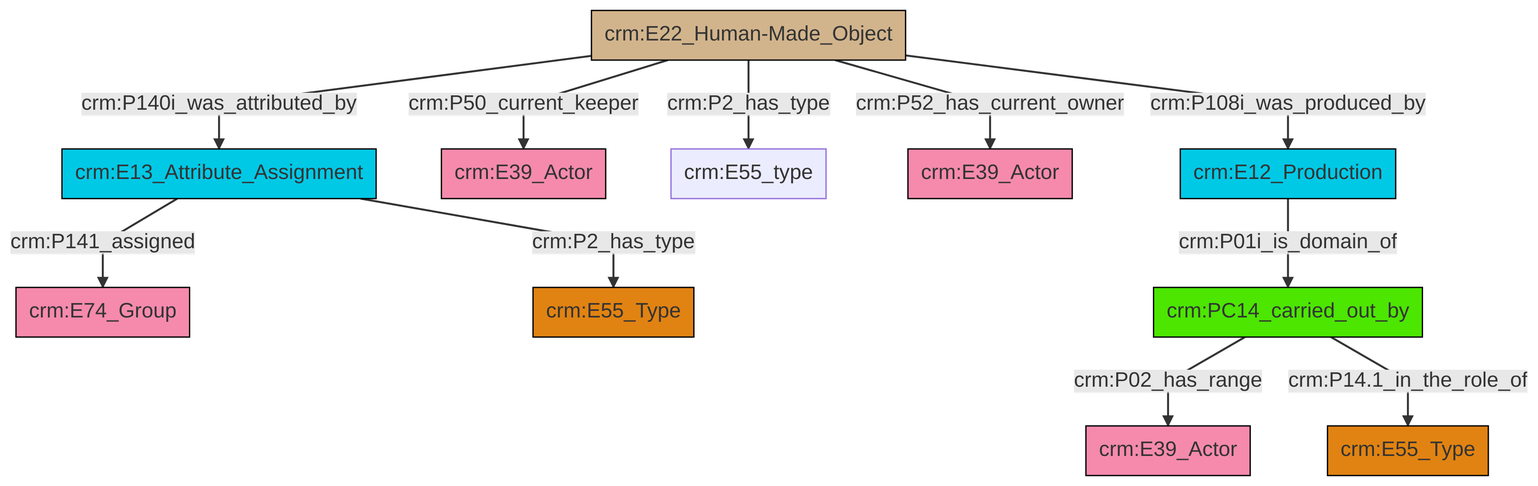
Above: et/artworkCSV/ttl/mmd/png/Artwork_Actor_Relations.png in swiss-art-research-net/docs.swissartresearch (Mermaid), before the change. Its source is kept beside it as et/artworkCSV/ttl/mmd/Artwork_Actor_Relations.ttl.mmd.
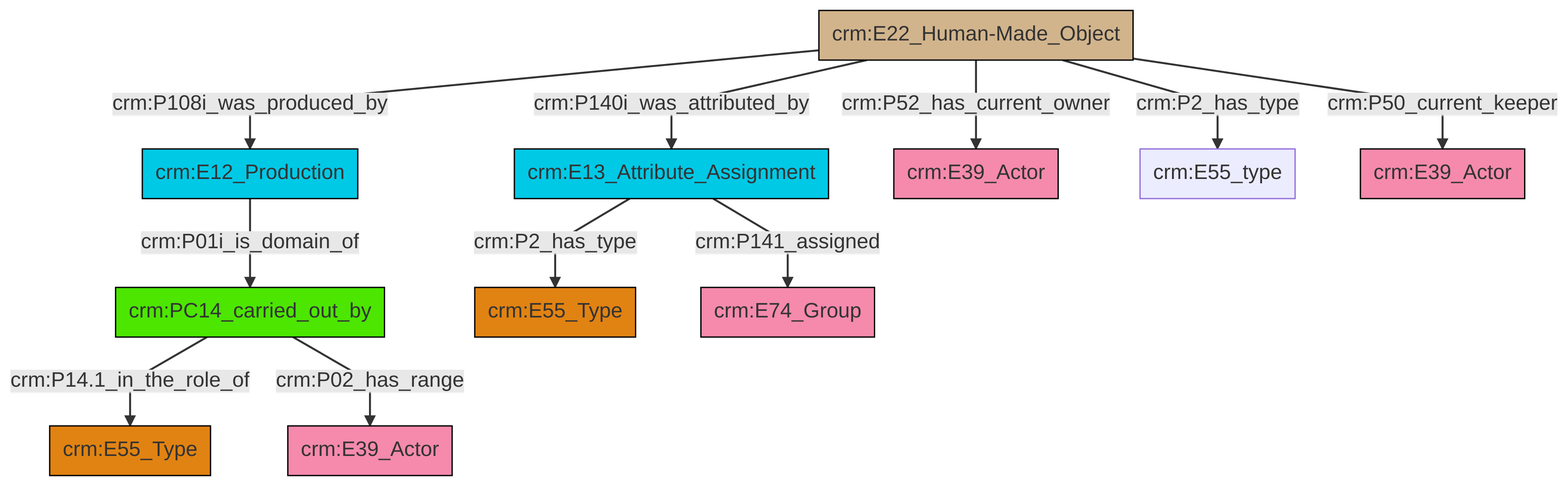
The same diagram one commit later.

The edit, as a diff of the source:
```diff
@@ -13,13 +13,13 @@
 classDef PC_Classes fill:#4ce600, stroke:#000000;
 classDef Multi fill:#cccccc,stroke:#000000;
 
-8["crm:E22_Human-Made_Object"]:::Physical_Thing -->|crm:P2_has_type| 10["crm:E55_type"]:::Default
-8["crm:E22_Human-Made_Object"]:::Physical_Thing -->|crm:P108i_was_produced_by| 0["crm:E12_Production"]:::Temporal_Entity
-13["crm:PC14_carried_out_by"]:::PC_Classes -->|crm:P02_has_range| 14["crm:E39_Actor"]:::Actor
-0["crm:E12_Production"]:::Temporal_Entity -->|crm:P01i_is_domain_of| 13["crm:PC14_carried_out_by"]:::PC_Classes
-13["crm:PC14_carried_out_by"]:::PC_Classes -->|crm:P14.1_in_the_role_of| 6["crm:E55_Type"]:::Type
-8["crm:E22_Human-Made_Object"]:::Physical_Thing -->|crm:P52_has_current_owner| 16["crm:E39_Actor"]:::Actor
-17["crm:E13_Attribute_Assignment"]:::Temporal_Entity -->|crm:P2_has_type| 11["crm:E55_Type"]:::Type
-8["crm:E22_Human-Made_Object"]:::Physical_Thing -->|crm:P140i_was_attributed_by| 17["crm:E13_Attribute_Assignment"]:::Temporal_Entity
-17["crm:E13_Attribute_Assignment"]:::Temporal_Entity -->|crm:P141_assigned| 2["crm:E74_Group"]:::Actor
-8["crm:E22_Human-Made_Object"]:::Physical_Thing -->|crm:P50_current_keeper| 4["crm:E39_Actor"]:::Actor
+0["crm:PC14_carried_out_by"]:::PC_Classes -->|crm:P14.1_in_the_role_of| 1["crm:E55_Type"]:::Type
+9["crm:E13_Attribute_Assignment"]:::Temporal_Entity -->|crm:P2_has_type| 2["crm:E55_Type"]:::Type
+11["crm:E22_Human-Made_Object"]:::Physical_Thing -->|crm:P52_has_current_owner| 12["crm:E39_Actor"]:::Actor
+9["crm:E13_Attribute_Assignment"]:::Temporal_Entity -->|crm:P141_assigned| 7["crm:E74_Group"]:::Actor
+11["crm:E22_Human-Made_Object"]:::Physical_Thing -->|crm:P2_has_type| 15["crm:E55_type"]:::Default
+11["crm:E22_Human-Made_Object"]:::Physical_Thing -->|crm:P50_current_keeper| 16["crm:E39_Actor"]:::Actor
+0["crm:PC14_carried_out_by"]:::PC_Classes -->|crm:P02_has_range| 19["crm:E39_Actor"]:::Actor
+4["crm:E12_Production"]:::Temporal_Entity -->|crm:P01i_is_domain_of| 0["crm:PC14_carried_out_by"]:::PC_Classes
+11["crm:E22_Human-Made_Object"]:::Physical_Thing -->|crm:P108i_was_produced_by| 4["crm:E12_Production"]:::Temporal_Entity
+11["crm:E22_Human-Made_Object"]:::Physical_Thing -->|crm:P140i_was_attributed_by| 9["crm:E13_Attribute_Assignment"]:::Temporal_Entity
```
